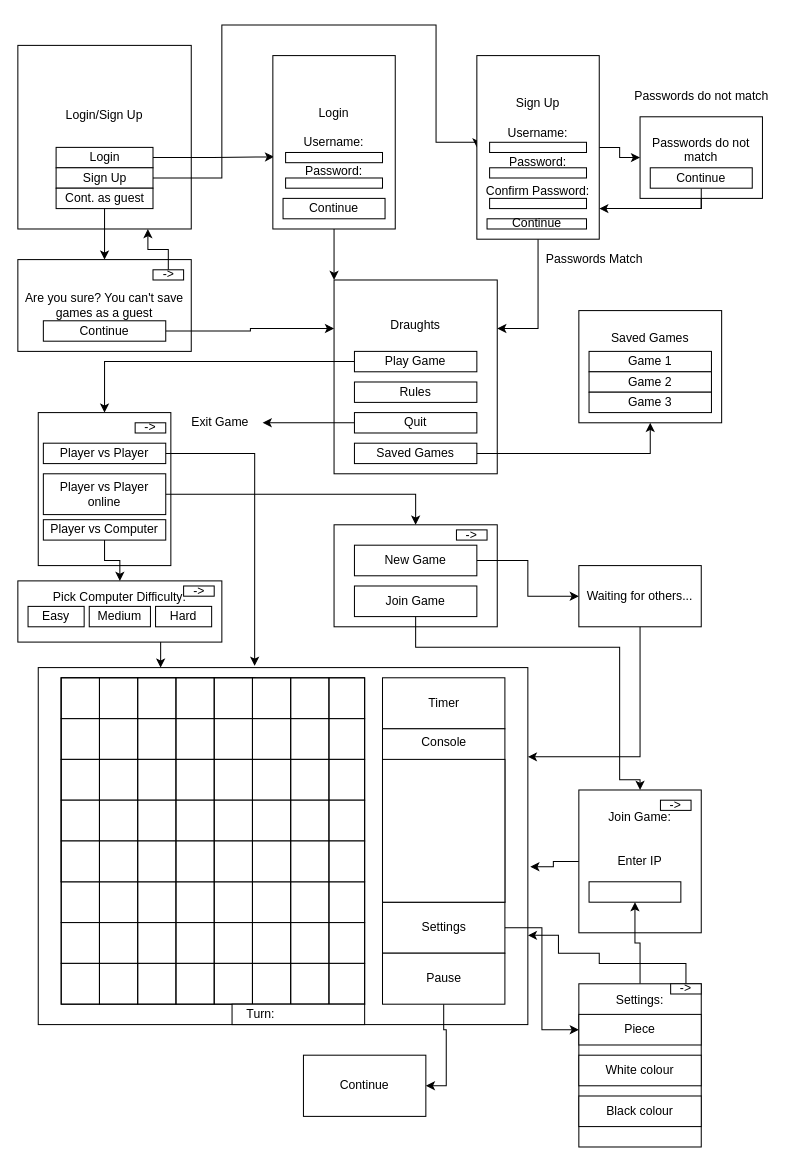
Earlier version of the draw.io diagram Documentation/Wire Frame.drawio (AlexDixon26/NEA-Project-2021). Source tidied: cells renumbered, new cells numbered last; positions are measured from the earlier drawing's top-left corner, leaving out a move shared by most shapes. Both pictures are drawn from the tidied source at 102%, with x=0, y=0 at pixel (17, 24).
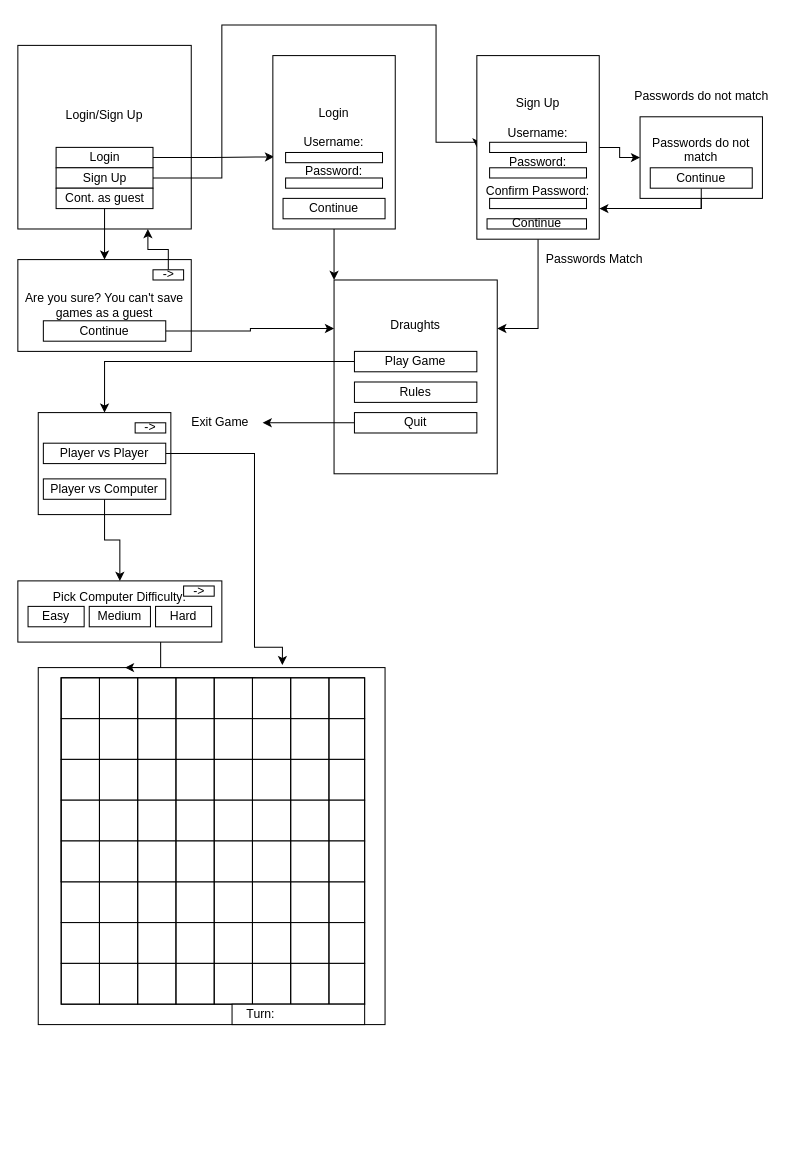
The same page after the edit.

The change refers to these unchanged cells:
```xml
<mxCell id="48" value="Player vs Player" style="rounded=0;whiteSpace=wrap;html=1;" parent="1" vertex="1">
  <mxGeometry x="25" y="410" width="120" height="20" as="geometry" />
</mxCell>
```

Change to the diagram source:
```diff
@@
-    <mxCell id="33" style="edgeStyle=orthogonalEdgeStyle;rounded=0;jettySize=auto;html=1;entryX=0.5;entryY=1;entryDx=0;entryDy=0;" parent="1" edge="1" source="34" target="36">
-      <mxGeometry relative="1" as="geometry" />
-    </mxCell>
-    <mxCell id="34" value="Saved Games" style="rounded=0;whiteSpace=wrap;html=1;" parent="1" vertex="1">
-      <mxGeometry x="330" y="410" width="120" height="20" as="geometry" />
-    </mxCell>
@@
-    <mxCell id="36" value="Saved Games&lt;br&gt;&lt;br&gt;&lt;br&gt;&lt;br&gt;&lt;br&gt;" style="rounded=0;whiteSpace=wrap;html=1;" parent="1" vertex="1">
-      <mxGeometry x="550" y="280" width="140" height="110" as="geometry" />
-    </mxCell>
-    <mxCell id="37" value="Game 1" style="rounded=0;whiteSpace=wrap;html=1;" parent="1" vertex="1">
-      <mxGeometry x="560" y="320" width="120" height="20" as="geometry" />
-    </mxCell>
-    <mxCell id="38" value="Game 2" style="rounded=0;whiteSpace=wrap;html=1;" parent="1" vertex="1">
-      <mxGeometry x="560" y="340" width="120" height="20" as="geometry" />
-    </mxCell>
-    <mxCell id="39" value="Game 3" style="rounded=0;whiteSpace=wrap;html=1;" parent="1" vertex="1">
-      <mxGeometry x="560" y="360" width="120" height="20" as="geometry" />
-    </mxCell>
@@
     <mxCell id="45" style="rounded=0;whiteSpace=wrap;html=1;" parent="1" vertex="1">
-      <mxGeometry x="20" y="380" width="130" height="150" as="geometry" />
+      <mxGeometry x="20" y="380" width="130" height="100" as="geometry" />
     </mxCell>
@@
-    <mxCell id="47" style="edgeStyle=orthogonalEdgeStyle;rounded=0;jettySize=auto;html=1;entryX=0.442;entryY=-0.005;entryDx=0;entryDy=0;entryPerimeter=0;endArrow=classic;endFill=1;" parent="1" edge="1" source="48" target="51">
+    <mxCell id="47" style="edgeStyle=orthogonalEdgeStyle;rounded=0;jettySize=auto;html=1;entryX=0.704;entryY=-0.007;entryDx=0;entryDy=0;entryPerimeter=0;endArrow=classic;endFill=1;" parent="1" edge="1" source="48" target="51">
       <mxGeometry relative="1" as="geometry">
         <Array as="points">
           <mxPoint x="232" y="420" />
+          <mxPoint x="232" y="610" />
+          <mxPoint x="259" y="610" />
         </Array>
       </mxGeometry>
     </mxCell>
@@
     <mxCell id="50" value="Player vs Computer" style="rounded=0;whiteSpace=wrap;html=1;" parent="1" vertex="1">
-      <mxGeometry x="25" y="485" width="120" height="20" as="geometry" />
+      <mxGeometry x="25" y="445" width="120" height="20" as="geometry" />
     </mxCell>
     <mxCell id="51" style="rounded=0;whiteSpace=wrap;html=1;" parent="1" vertex="1">
-      <mxGeometry x="20" y="630" width="480" height="350" as="geometry" />
+      <mxGeometry x="20" y="630" width="340" height="350" as="geometry" />
     </mxCell>
@@
-    <mxCell id="69" value="Timer" style="rounded=0;whiteSpace=wrap;html=1;" parent="1" vertex="1">
-      <mxGeometry x="357.5" y="640" width="120" height="50" as="geometry" />
-    </mxCell>
-    <mxCell id="70" style="edgeStyle=orthogonalEdgeStyle;rounded=0;jettySize=auto;html=1;entryX=0;entryY=0.5;entryDx=0;entryDy=0;endArrow=classic;endFill=1;" parent="1" edge="1" source="71" target="100">
-      <mxGeometry relative="1" as="geometry" />
-    </mxCell>
-    <mxCell id="71" value="Settings" style="rounded=0;whiteSpace=wrap;html=1;" parent="1" vertex="1">
-      <mxGeometry x="357.5" y="860" width="120" height="50" as="geometry" />
-    </mxCell>
-    <mxCell id="72" style="edgeStyle=orthogonalEdgeStyle;rounded=0;jettySize=auto;html=1;entryX=1;entryY=0.5;entryDx=0;entryDy=0;endArrow=classic;endFill=1;" parent="1" edge="1" source="73" target="97">
-      <mxGeometry relative="1" as="geometry" />
-    </mxCell>
-    <mxCell id="73" value="Pause" style="rounded=0;whiteSpace=wrap;html=1;" parent="1" vertex="1">
-      <mxGeometry x="357.5" y="910" width="120" height="50" as="geometry" />
-    </mxCell>
-    <mxCell id="74" value="Console&lt;br&gt;&lt;br&gt;&lt;br&gt;&lt;br&gt;&lt;br&gt;&lt;br&gt;&lt;br&gt;&lt;br&gt;&amp;nbsp;&lt;br&gt;&lt;br&gt;&lt;br&gt;" style="rounded=0;whiteSpace=wrap;html=1;" parent="1" vertex="1">
-      <mxGeometry x="357.5" y="690" width="120" height="170" as="geometry" />
-    </mxCell>
-    <mxCell id="75" style="rounded=0;whiteSpace=wrap;html=1;" parent="1" vertex="1">
-      <mxGeometry x="357.5" y="720" width="120" height="140" as="geometry" />
-    </mxCell>
-    <mxCell id="76" style="rounded=0;whiteSpace=wrap;html=1;" parent="1" vertex="1">
-      <mxGeometry x="310" y="490" width="160" height="100" as="geometry" />
-    </mxCell>
-    <mxCell id="77" value="-&amp;gt;" style="rounded=0;whiteSpace=wrap;html=1;" parent="1" vertex="1">
-      <mxGeometry x="430" y="495" width="30" height="10" as="geometry" />
-    </mxCell>
-    <mxCell id="78" style="edgeStyle=orthogonalEdgeStyle;rounded=0;jettySize=auto;html=1;entryX=0;entryY=0.5;entryDx=0;entryDy=0;endArrow=classic;endFill=1;" parent="1" edge="1" source="79" target="84">
-      <mxGeometry relative="1" as="geometry" />
-    </mxCell>
-    <mxCell id="79" value="New Game" style="rounded=0;whiteSpace=wrap;html=1;" parent="1" vertex="1">
-      <mxGeometry x="330" y="510" width="120" height="30" as="geometry" />
-    </mxCell>
-    <mxCell id="80" style="edgeStyle=orthogonalEdgeStyle;rounded=0;jettySize=auto;html=1;entryX=0.5;entryY=0;entryDx=0;entryDy=0;endArrow=classic;endFill=1;" parent="1" edge="1" source="81" target="86">
-      <mxGeometry relative="1" as="geometry">
-        <Array as="points">
-          <mxPoint x="390" y="610" />
-          <mxPoint x="590" y="610" />
-          <mxPoint x="590" y="740" />
-          <mxPoint x="610" y="740" />
-        </Array>
-      </mxGeometry>
-    </mxCell>
-    <mxCell id="81" value="Join Game" style="rounded=0;whiteSpace=wrap;html=1;" parent="1" vertex="1">
-      <mxGeometry x="330" y="550" width="120" height="30" as="geometry" />
-    </mxCell>
@@
-    <mxCell id="83" style="edgeStyle=orthogonalEdgeStyle;rounded=0;jettySize=auto;html=1;entryX=1;entryY=0.25;entryDx=0;entryDy=0;endArrow=classic;endFill=1;" parent="1" edge="1" source="84" target="51">
-      <mxGeometry relative="1" as="geometry">
-        <Array as="points">
-          <mxPoint x="610" y="718" />
-        </Array>
-      </mxGeometry>
-    </mxCell>
-    <mxCell id="84" value="Waiting for others..." style="rounded=0;whiteSpace=wrap;html=1;" parent="1" vertex="1">
-      <mxGeometry x="550" y="530" width="120" height="60" as="geometry" />
-    </mxCell>
-    <mxCell id="85" style="edgeStyle=orthogonalEdgeStyle;rounded=0;jettySize=auto;html=1;entryX=1.005;entryY=0.558;entryDx=0;entryDy=0;entryPerimeter=0;endArrow=classic;endFill=1;" parent="1" edge="1" source="86" target="51">
-      <mxGeometry relative="1" as="geometry" />
-    </mxCell>
-    <mxCell id="86" value="Join Game:&lt;br&gt;&lt;br&gt;&lt;br&gt;Enter IP&lt;br&gt;&lt;br&gt;&lt;br&gt;&lt;br&gt;" style="rounded=0;whiteSpace=wrap;html=1;" parent="1" vertex="1">
-      <mxGeometry x="550" y="750" width="120" height="140" as="geometry" />
-    </mxCell>
-    <mxCell id="87" style="rounded=0;whiteSpace=wrap;html=1;" parent="1" vertex="1">
-      <mxGeometry x="560" y="840" width="90" height="20" as="geometry" />
-    </mxCell>
-    <mxCell id="88" value="-&amp;gt;" style="rounded=0;whiteSpace=wrap;html=1;" parent="1" vertex="1">
-      <mxGeometry x="630" y="760" width="30" height="10" as="geometry" />
-    </mxCell>
-    <mxCell id="89" style="edgeStyle=orthogonalEdgeStyle;rounded=0;jettySize=auto;html=1;entryX=0.5;entryY=0;entryDx=0;entryDy=0;endArrow=classic;endFill=1;" parent="1" edge="1" source="90" target="76">
-      <mxGeometry relative="1" as="geometry" />
-    </mxCell>
-    <mxCell id="90" value="Player vs Player online" style="rounded=0;whiteSpace=wrap;html=1;" parent="1" vertex="1">
-      <mxGeometry x="25" y="440" width="120" height="40" as="geometry" />
-    </mxCell>
@@
-    <mxCell id="97" value="Continue" style="rounded=0;whiteSpace=wrap;html=1;" parent="1" vertex="1">
-      <mxGeometry x="280" y="1010" width="120" height="60" as="geometry" />
-    </mxCell>
-    <mxCell id="98" style="edgeStyle=orthogonalEdgeStyle;rounded=0;jettySize=auto;html=1;endArrow=classic;endFill=1;" parent="1" edge="1" source="99" target="87">
-      <mxGeometry relative="1" as="geometry" />
-    </mxCell>
-    <mxCell id="99" value="Settings:&lt;br&gt;&lt;br&gt;&lt;br&gt;&lt;br&gt;&lt;br&gt;&lt;br&gt;&lt;br&gt;&lt;br&gt;&lt;br&gt;&lt;br&gt;" style="rounded=0;whiteSpace=wrap;html=1;" parent="1" vertex="1">
-      <mxGeometry x="550" y="940" width="120" height="160" as="geometry" />
-    </mxCell>
-    <mxCell id="100" value="Piece" style="rounded=0;whiteSpace=wrap;html=1;" parent="1" vertex="1">
-      <mxGeometry x="550" y="970" width="120" height="30" as="geometry" />
-    </mxCell>
-    <mxCell id="101" value="White colour" style="rounded=0;whiteSpace=wrap;html=1;" parent="1" vertex="1">
-      <mxGeometry x="550" y="1010" width="120" height="30" as="geometry" />
-    </mxCell>
-    <mxCell id="102" value="Black colour" style="rounded=0;whiteSpace=wrap;html=1;" parent="1" vertex="1">
-      <mxGeometry x="550" y="1050" width="120" height="30" as="geometry" />
-    </mxCell>
-    <mxCell id="103" style="edgeStyle=orthogonalEdgeStyle;rounded=0;jettySize=auto;html=1;entryX=1;entryY=0.75;entryDx=0;entryDy=0;endArrow=classic;endFill=1;" parent="1" edge="1" source="104" target="51">
-      <mxGeometry relative="1" as="geometry">
-        <Array as="points">
-          <mxPoint x="655" y="920" />
-          <mxPoint x="570" y="920" />
-          <mxPoint x="570" y="910" />
-          <mxPoint x="530" y="910" />
-          <mxPoint x="530" y="893" />
-        </Array>
-      </mxGeometry>
-    </mxCell>
-    <mxCell id="104" value="-&amp;gt;" style="rounded=0;whiteSpace=wrap;html=1;" parent="1" vertex="1">
-      <mxGeometry x="640" y="940" width="30" height="10" as="geometry" />
-    </mxCell>
```
